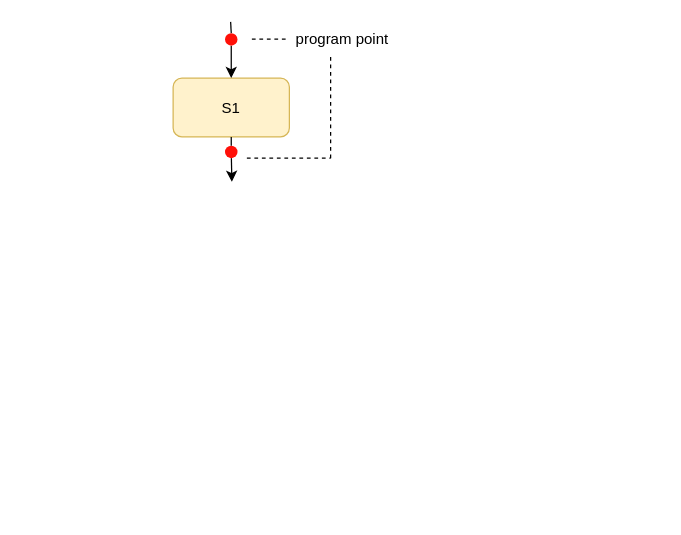
This is course/static-program-analysis/static-program-analysis-03-data-flow-analysis-1/未命名绘图.drawio from K1ose/K1ose.github.io, a draw.io file, before an edit. Source tidied: cells renumbered, new cells numbered last; positions are measured from the earlier drawing's top-left corner, leaving out a move shared by most shapes. Both pictures are drawn from the tidied source at 125%, with x=0, y=0 at pixel (172, 21).
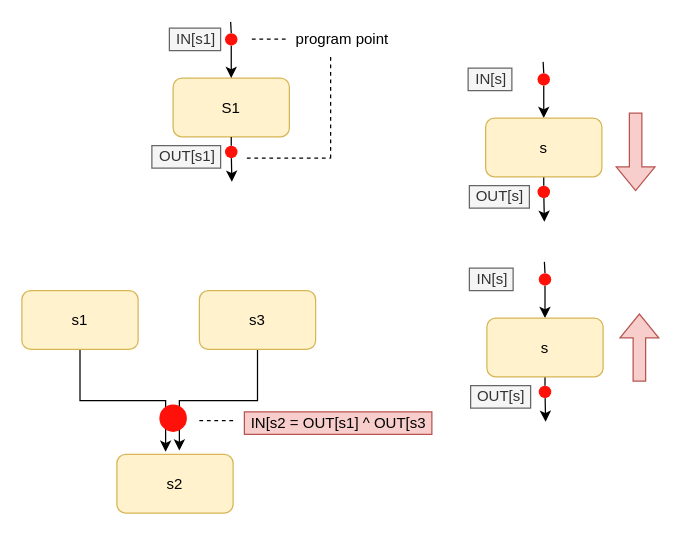
After the change.

The edit, as a diff of the source:
```diff
@@
+    <mxCell id="13" value="IN[s1]" style="text;html=1;align=center;verticalAlign=middle;strokeColor=#666666;fillColor=#f5f5f5;fontColor=#333333;" parent="1" vertex="1">
+      <mxGeometry x="-3" y="5" width="41" height="18" as="geometry" />
+    </mxCell>
+    <mxCell id="14" value="OUT[s1]" style="text;html=1;align=center;verticalAlign=middle;strokeColor=#666666;fillColor=#f5f5f5;fontColor=#333333;" parent="1" vertex="1">
+      <mxGeometry x="-17" y="99" width="55" height="18" as="geometry" />
+    </mxCell>
+    <mxCell id="15" style="edgeStyle=orthogonalEdgeStyle;rounded=0;jettySize=auto;html=1;" parent="1" edge="1" source="16">
+      <mxGeometry relative="1" as="geometry">
+        <mxPoint x="-6" y="344" as="targetPoint" />
+        <Array as="points">
+          <mxPoint x="-74" y="303" />
+          <mxPoint x="-6" y="303" />
+          <mxPoint x="-6" y="344" />
+        </Array>
+      </mxGeometry>
+    </mxCell>
+    <mxCell id="16" value="s1" style="rounded=1;whiteSpace=wrap;html=1;fillColor=#fff2cc;strokeColor=#d6b656;" parent="1" vertex="1">
+      <mxGeometry x="-121" y="215" width="93" height="47" as="geometry" />
+    </mxCell>
+    <mxCell id="17" style="edgeStyle=orthogonalEdgeStyle;rounded=0;jettySize=auto;html=1;" parent="1" edge="1" source="18">
+      <mxGeometry relative="1" as="geometry">
+        <mxPoint x="5" y="343" as="targetPoint" />
+        <Array as="points">
+          <mxPoint x="68" y="303" />
+          <mxPoint x="5" y="303" />
+          <mxPoint x="5" y="343" />
+        </Array>
+      </mxGeometry>
+    </mxCell>
+    <mxCell id="18" value="s3" style="rounded=1;whiteSpace=wrap;html=1;fillColor=#fff2cc;strokeColor=#d6b656;" parent="1" vertex="1">
+      <mxGeometry x="21" y="215" width="93" height="47" as="geometry" />
+    </mxCell>
+    <mxCell id="19" value="s2" style="rounded=1;whiteSpace=wrap;html=1;fillColor=#fff2cc;strokeColor=#d6b656;" parent="1" vertex="1">
+      <mxGeometry x="-45" y="346" width="93" height="47" as="geometry" />
+    </mxCell>
+    <mxCell id="20" value="IN[s2 = OUT[s1] ^ OUT[s3" style="text;html=1;align=center;verticalAlign=middle;strokeColor=#b85450;fillColor=#f8cecc;" parent="1" vertex="1">
+      <mxGeometry x="57" y="312" width="150" height="18" as="geometry" />
+    </mxCell>
+    <mxCell id="21" style="shape=ellipse;fillColor=#FF1008;strokeColor=none;html=1;sketch=0;" parent="1" vertex="1">
+      <mxGeometry x="-11" y="306" width="22" height="22" as="geometry" />
+    </mxCell>
+    <mxCell id="22" style="endArrow=none;html=1;rounded=0;dashed=1;" parent="1" edge="1">
+      <mxGeometry relative="1" as="geometry">
+        <mxPoint x="21" y="319" as="sourcePoint" />
+        <mxPoint x="51" y="319" as="targetPoint" />
+      </mxGeometry>
+    </mxCell>
+    <mxCell id="23" style="endArrow=classic;html=1;rounded=0;entryX=0.5;entryY=0;entryDx=0;entryDy=0;startArrow=none;" parent="1" edge="1" source="24" target="31">
+      <mxGeometry relative="1" as="geometry" />
+    </mxCell>
+    <mxCell id="24" style="shape=ellipse;fillColor=#FF1008;strokeColor=none;html=1;sketch=0;" parent="1" vertex="1">
+      <mxGeometry x="291.5" y="41" width="10" height="10" as="geometry" />
+    </mxCell>
+    <mxCell id="25" style="endArrow=none;html=1;rounded=0;entryX=0.5;entryY=0;entryDx=0;entryDy=0;" parent="1" edge="1" target="24">
+      <mxGeometry relative="1" as="geometry">
+        <mxPoint x="296" y="32" as="sourcePoint" />
+      </mxGeometry>
+    </mxCell>
+    <mxCell id="26" style="endArrow=classic;html=1;rounded=0;startArrow=none;" parent="1" edge="1" source="27">
+      <mxGeometry relative="1" as="geometry">
+        <mxPoint x="297" y="160" as="targetPoint" />
+      </mxGeometry>
+    </mxCell>
+    <mxCell id="27" style="shape=ellipse;fillColor=#FF1008;strokeColor=none;html=1;sketch=0;" parent="1" vertex="1">
+      <mxGeometry x="291.5" y="131" width="10" height="10" as="geometry" />
+    </mxCell>
+    <mxCell id="28" style="endArrow=none;html=1;rounded=0;startArrow=none;" parent="1" edge="1" target="27">
+      <mxGeometry relative="1" as="geometry">
+        <mxPoint x="296.5" y="124" as="sourcePoint" />
+      </mxGeometry>
+    </mxCell>
+    <mxCell id="29" value="IN[s]" style="text;html=1;align=center;verticalAlign=middle;strokeColor=#666666;fillColor=#f5f5f5;fontColor=#333333;" parent="1" vertex="1">
+      <mxGeometry x="236" y="37" width="35" height="18" as="geometry" />
+    </mxCell>
+    <mxCell id="30" value="OUT[s]" style="text;html=1;align=center;verticalAlign=middle;strokeColor=#666666;fillColor=#f5f5f5;fontColor=#333333;" parent="1" vertex="1">
+      <mxGeometry x="237" y="131" width="48" height="18" as="geometry" />
+    </mxCell>
+    <mxCell id="31" value="s" style="rounded=1;whiteSpace=wrap;html=1;fillColor=#fff2cc;strokeColor=#d6b656;" parent="1" vertex="1">
+      <mxGeometry x="250" y="77" width="93" height="47" as="geometry" />
+    </mxCell>
+    <mxCell id="32" style="shape=flexArrow;endArrow=classic;html=1;rounded=0;fillColor=#f8cecc;strokeColor=#b85450;" parent="1" edge="1">
+      <mxGeometry relative="1" as="geometry">
+        <mxPoint x="370" y="72.5" as="sourcePoint" />
+        <mxPoint x="370" y="135.5" as="targetPoint" />
+      </mxGeometry>
+    </mxCell>
+    <mxCell id="33" style="endArrow=classic;html=1;rounded=0;entryX=0.5;entryY=0;entryDx=0;entryDy=0;startArrow=none;" parent="1" edge="1" source="34" target="41">
+      <mxGeometry relative="1" as="geometry" />
+    </mxCell>
+    <mxCell id="34" style="shape=ellipse;fillColor=#FF1008;strokeColor=none;html=1;sketch=0;" parent="1" vertex="1">
+      <mxGeometry x="292.5" y="201" width="10" height="10" as="geometry" />
+    </mxCell>
+    <mxCell id="35" style="endArrow=none;html=1;rounded=0;entryX=0.5;entryY=0;entryDx=0;entryDy=0;" parent="1" edge="1" target="34">
+      <mxGeometry relative="1" as="geometry">
+        <mxPoint x="297" y="192" as="sourcePoint" />
+      </mxGeometry>
+    </mxCell>
+    <mxCell id="36" style="endArrow=classic;html=1;rounded=0;startArrow=none;" parent="1" edge="1" source="37">
+      <mxGeometry relative="1" as="geometry">
+        <mxPoint x="298" y="320" as="targetPoint" />
+      </mxGeometry>
+    </mxCell>
+    <mxCell id="37" style="shape=ellipse;fillColor=#FF1008;strokeColor=none;html=1;sketch=0;" parent="1" vertex="1">
+      <mxGeometry x="292.5" y="291" width="10" height="10" as="geometry" />
+    </mxCell>
+    <mxCell id="38" style="endArrow=none;html=1;rounded=0;startArrow=none;" parent="1" edge="1" target="37">
+      <mxGeometry relative="1" as="geometry">
+        <mxPoint x="297.5" y="284" as="sourcePoint" />
+      </mxGeometry>
+    </mxCell>
+    <mxCell id="39" value="IN[s]" style="text;html=1;align=center;verticalAlign=middle;strokeColor=#666666;fillColor=#f5f5f5;fontColor=#333333;" parent="1" vertex="1">
+      <mxGeometry x="237" y="197" width="35" height="18" as="geometry" />
+    </mxCell>
+    <mxCell id="40" value="OUT[s]" style="text;html=1;align=center;verticalAlign=middle;strokeColor=#666666;fillColor=#f5f5f5;fontColor=#333333;" parent="1" vertex="1">
+      <mxGeometry x="238" y="291" width="48" height="18" as="geometry" />
+    </mxCell>
+    <mxCell id="41" value="s" style="rounded=1;whiteSpace=wrap;html=1;fillColor=#fff2cc;strokeColor=#d6b656;" parent="1" vertex="1">
+      <mxGeometry x="251" y="237" width="93" height="47" as="geometry" />
+    </mxCell>
+    <mxCell id="42" style="shape=flexArrow;endArrow=classic;html=1;rounded=0;fillColor=#f8cecc;strokeColor=#b85450;" parent="1" edge="1">
+      <mxGeometry relative="1" as="geometry">
+        <mxPoint x="373" y="287.8" as="sourcePoint" />
+        <mxPoint x="373" y="233.2" as="targetPoint" />
+      </mxGeometry>
+    </mxCell>
```
